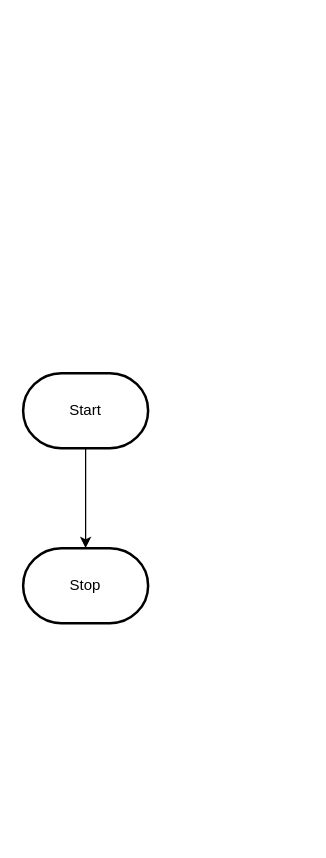
This is design/flowchart.drawio from MTHS-ICS2O-2-2022/ICS2O-Unit-6-03-Yuri-Gabutero24, a draw.io file, before an edit. Source tidied: cells renumbered, new cells numbered last; positions are measured from the earlier drawing's top-left corner, leaving out a move shared by most shapes. Both pictures are drawn from the tidied source at 125%, with x=0, y=0 at pixel (22, 372).
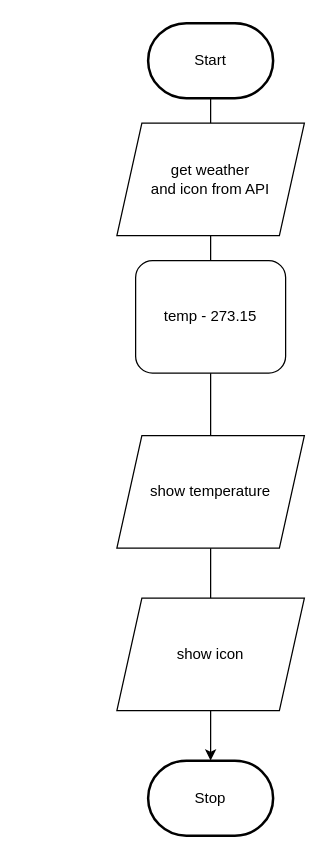
The same page after the edit.

The edit, as a diff of the source:
```diff
@@
 <mxGraphModel>
   <root>
     <mxCell id="0" />
     <mxCell id="1" parent="0" />
-    <mxCell id="2" style="edgeStyle=orthogonalEdgeStyle;html=1;rounded=0;" parent="1" edge="1" source="3" target="4">
+    <mxCell id="2" style="edgeStyle=orthogonalEdgeStyle;html=1;rounded=0;startArrow=none;" parent="1" edge="1" source="12" target="4">
       <mxGeometry relative="1" as="geometry" />
     </mxCell>
     <mxCell id="3" value="Start" style="strokeWidth=2;html=1;shape=mxgraph.flowchart.terminator;whiteSpace=wrap;" parent="1" vertex="1">
-      <mxGeometry width="100" height="60" as="geometry" />
+      <mxGeometry x="100" y="-280" width="100" height="60" as="geometry" />
     </mxCell>
     <mxCell id="4" value="Stop" style="strokeWidth=2;html=1;shape=mxgraph.flowchart.terminator;whiteSpace=wrap;" parent="1" vertex="1">
-      <mxGeometry y="140" width="100" height="60" as="geometry" />
+      <mxGeometry x="100" y="310" width="100" height="60" as="geometry" />
     </mxCell>
+    <mxCell id="5" style="edgeStyle=orthogonalEdgeStyle;html=1;rounded=0;endArrow=none;" parent="1" edge="1" source="3" target="6">
+      <mxGeometry relative="1" as="geometry" />
+    </mxCell>
+    <mxCell id="6" value="get weather &lt;br&gt;and icon from API" style="shape=parallelogram;perimeter=parallelogramPerimeter;whiteSpace=wrap;html=1;fixedSize=1;" parent="1" vertex="1">
+      <mxGeometry x="75" y="-200" width="150" height="90" as="geometry" />
+    </mxCell>
+    <mxCell id="7" style="edgeStyle=orthogonalEdgeStyle;html=1;rounded=0;startArrow=none;endArrow=none;" parent="1" edge="1" source="6" target="8">
+      <mxGeometry relative="1" as="geometry" />
+    </mxCell>
+    <mxCell id="8" value="temp - 273.15" style="rounded=1;whiteSpace=wrap;html=1;" parent="1" vertex="1">
+      <mxGeometry x="90" y="-90" width="120" height="90" as="geometry" />
+    </mxCell>
+    <mxCell id="9" style="edgeStyle=orthogonalEdgeStyle;html=1;rounded=0;startArrow=none;endArrow=none;" parent="1" edge="1" source="8" target="10">
+      <mxGeometry relative="1" as="geometry" />
+    </mxCell>
+    <mxCell id="10" value="show temperature" style="shape=parallelogram;perimeter=parallelogramPerimeter;whiteSpace=wrap;html=1;fixedSize=1;" parent="1" vertex="1">
+      <mxGeometry x="75" y="50" width="150" height="90" as="geometry" />
+    </mxCell>
+    <mxCell id="11" style="edgeStyle=orthogonalEdgeStyle;html=1;rounded=0;startArrow=none;endArrow=none;" parent="1" edge="1" source="10" target="12">
+      <mxGeometry relative="1" as="geometry" />
+    </mxCell>
+    <mxCell id="12" value="show icon" style="shape=parallelogram;perimeter=parallelogramPerimeter;whiteSpace=wrap;html=1;fixedSize=1;" parent="1" vertex="1">
+      <mxGeometry x="75" y="180" width="150" height="90" as="geometry" />
+    </mxCell>
   </root>
 </mxGraphModel>
```
